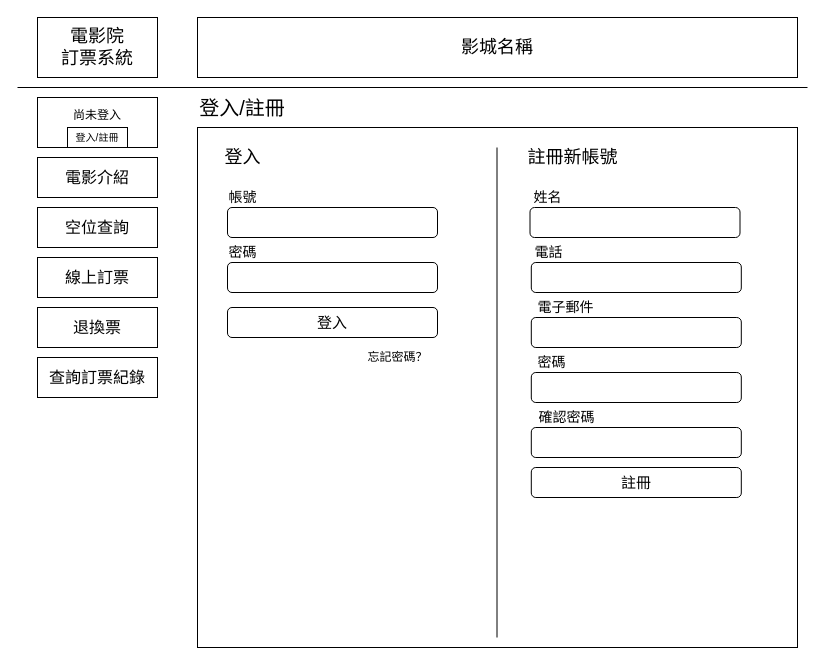
The draw.io diagram UI/原檔/登入註冊.drawio in TYChicode/deepbowl, before the edit. Source tidied: cells renumbered, new cells numbered last; positions are measured from the earlier drawing's top-left corner, leaving out a move shared by most shapes. Both pictures are drawn from the tidied source at 100%, with x=0, y=0 at pixel (17, 17).
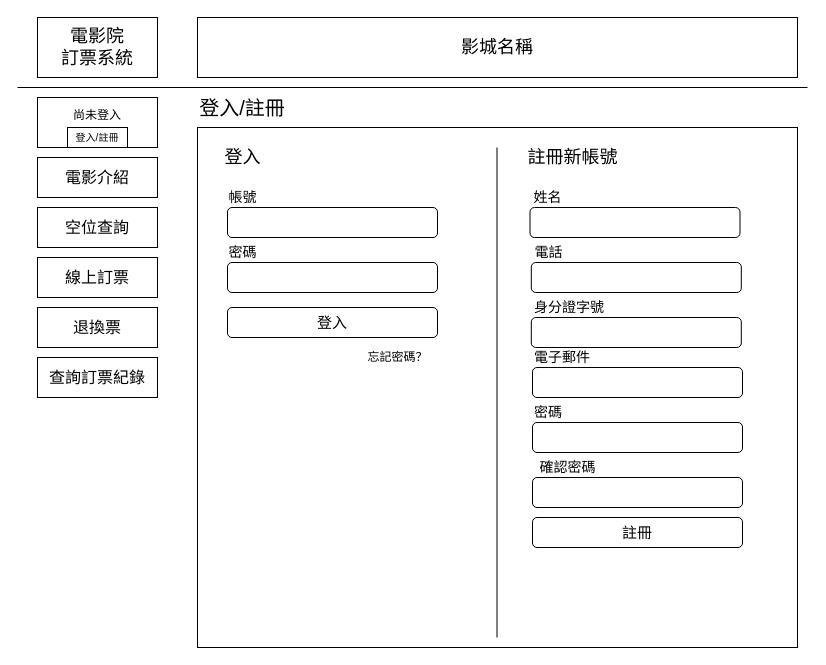
The same diagram, later.

Diff of the diagram source:
```diff
@@
     <mxCell id="28" style="rounded=1;whiteSpace=wrap;html=1;" parent="1" vertex="1">
-      <mxGeometry x="513.8" y="355" width="210" height="30" as="geometry" />
+      <mxGeometry x="515" y="405" width="210" height="30" as="geometry" />
     </mxCell>
-    <mxCell id="29" value="&lt;font style=&quot;font-size: 14px&quot;&gt;密碼&lt;/font&gt;" style="text;html=1;align=center;verticalAlign=middle;" parent="1" vertex="1">
-      <mxGeometry x="513.8" y="335" width="40" height="20" as="geometry" />
+    <mxCell id="29" value="&lt;font style=&quot;font-size: 14px&quot;&gt;密碼&lt;/font&gt;" style="text;html=1;align=left;verticalAlign=middle;" parent="1" vertex="1">
+      <mxGeometry x="515" y="385" width="40" height="20" as="geometry" />
     </mxCell>
     <mxCell id="30" style="rounded=1;whiteSpace=wrap;html=1;" parent="1" vertex="1">
-      <mxGeometry x="513.8" y="410" width="210" height="30" as="geometry" />
+      <mxGeometry x="515" y="460" width="210" height="30" as="geometry" />
     </mxCell>
     <mxCell id="31" value="&lt;font style=&quot;font-size: 14px&quot;&gt;確認密碼&lt;/font&gt;" style="text;html=1;align=center;verticalAlign=middle;" parent="1" vertex="1">
-      <mxGeometry x="513.8" y="390" width="70" height="20" as="geometry" />
+      <mxGeometry x="515" y="440" width="70" height="20" as="geometry" />
     </mxCell>
     <mxCell id="32" value="&lt;span style=&quot;font-size: 15px&quot;&gt;註冊&lt;/span&gt;" style="rounded=1;whiteSpace=wrap;html=1;" parent="1" vertex="1">
-      <mxGeometry x="513.8" y="450" width="210" height="30" as="geometry" />
+      <mxGeometry x="515" y="500" width="210" height="30" as="geometry" />
     </mxCell>
     <mxCell id="33" style="rounded=1;whiteSpace=wrap;html=1;" parent="1" vertex="1">
-      <mxGeometry x="513.8" y="300" width="210" height="30" as="geometry" />
+      <mxGeometry x="515" y="350" width="210" height="30" as="geometry" />
     </mxCell>
-    <mxCell id="34" value="&lt;span style=&quot;font-size: 14px&quot;&gt;電子郵件&lt;/span&gt;" style="text;html=1;align=center;verticalAlign=middle;" parent="1" vertex="1">
-      <mxGeometry x="512.5" y="280" width="70" height="20" as="geometry" />
+    <mxCell id="34" value="&lt;span style=&quot;font-size: 14px&quot;&gt;電子郵件&lt;/span&gt;" style="text;html=1;align=left;verticalAlign=middle;" parent="1" vertex="1">
+      <mxGeometry x="515" y="330" width="70" height="20" as="geometry" />
     </mxCell>
+    <mxCell id="35" style="rounded=1;whiteSpace=wrap;html=1;" parent="1" vertex="1">
+      <mxGeometry x="513.8" y="300" width="210" height="30" as="geometry" />
+    </mxCell>
+    <mxCell id="36" value="&lt;span style=&quot;font-size: 14px&quot;&gt;身分證字號&lt;/span&gt;" style="text;html=1;align=left;verticalAlign=middle;" parent="1" vertex="1">
+      <mxGeometry x="515" y="280" width="90" height="20" as="geometry" />
+    </mxCell>
```
